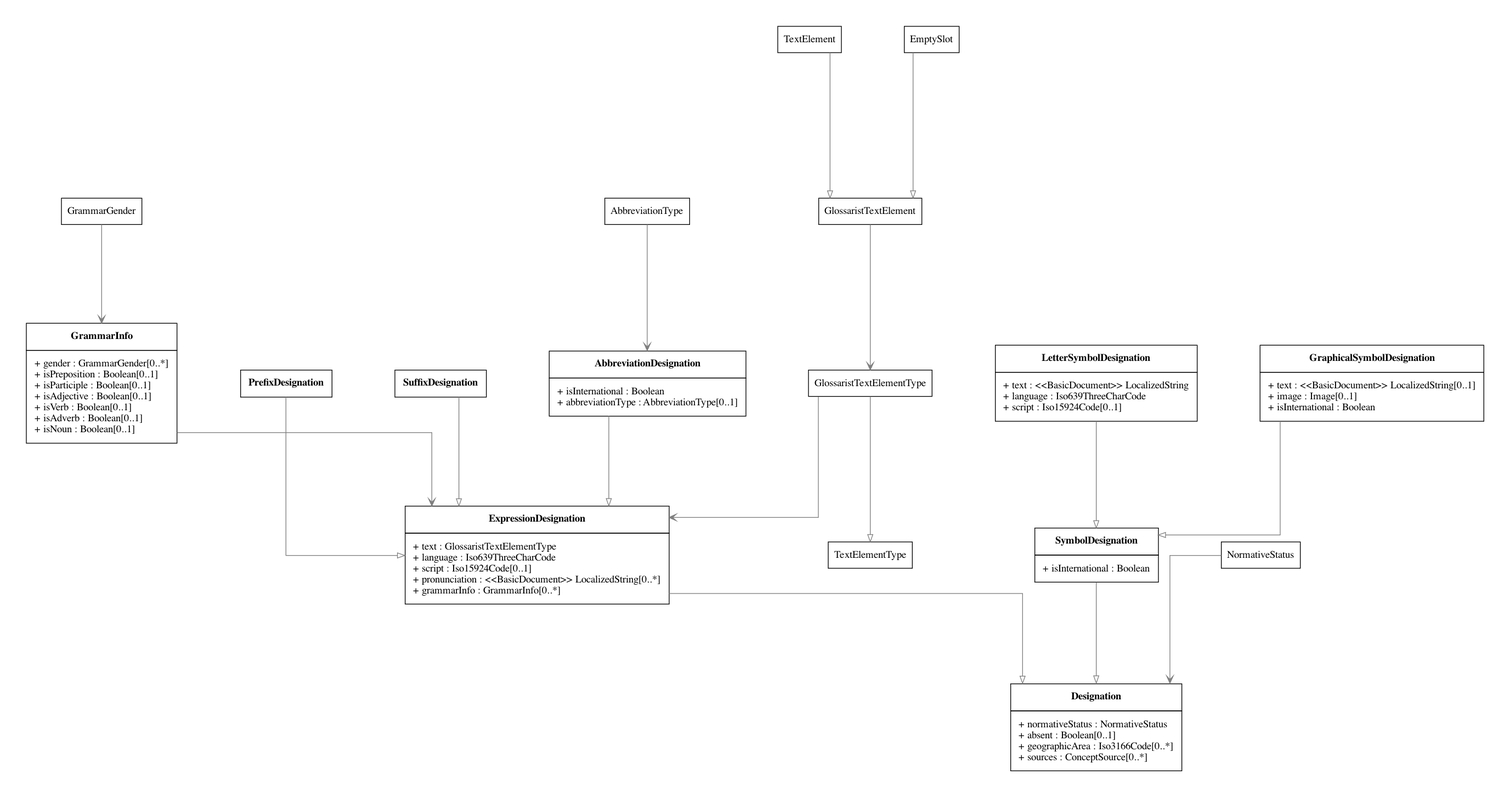
Before: lutaml/Designations.png, a diagram exported from Graphviz (glossarist/concept-model). Its source is kept beside it as lutaml/Designations.dot. Source of this version:
```dot
digraph G {
  graph [splines="ortho" pad=0.5 ranksep="1.2.equally" nodesep="1.2.equally"]
  edge [color="gray50"]
  node [shape="box"]

  Designation [shape="plain" label=<
    <TABLE BORDER="0" CELLBORDER="1" CELLSPACING="0" CELLPADDING="10">
    <TR>
    <TD><B>Designation</B></TD>
  </TR>

  <TR>
    <TD>
          <TABLE BORDER="0" CELLPADDING="0" CELLSPACING="0">
            <TR><TD ALIGN="LEFT">+ normativeStatus : NormativeStatus</TD></TR>
            <TR><TD ALIGN="LEFT">+ absent : Boolean&#91;0..1&#93;</TD></TR>
            <TR><TD ALIGN="LEFT">+ geographicArea : Iso3166Code&#91;0..*&#93;</TD></TR>
            <TR><TD ALIGN="LEFT">+ sources : ConceptSource&#91;0..*&#93;</TD></TR>
          </TABLE>
        </TD>
  </TR>

  </TABLE>
  >]

  ExpressionDesignation [shape="plain" label=<
    <TABLE BORDER="0" CELLBORDER="1" CELLSPACING="0" CELLPADDING="10">
    <TR>
    <TD><B>ExpressionDesignation</B></TD>
  </TR>

  <TR>
    <TD>
          <TABLE BORDER="0" CELLPADDING="0" CELLSPACING="0">
            <TR><TD ALIGN="LEFT">+ text : GlossaristTextElementType</TD></TR>
            <TR><TD ALIGN="LEFT">+ language : Iso639ThreeCharCode</TD></TR>
            <TR><TD ALIGN="LEFT">+ script : Iso15924Code&#91;0..1&#93;</TD></TR>
            <TR><TD ALIGN="LEFT">+ pronunciation : &#60;&#60;BasicDocument&#62;&#62; LocalizedString&#91;0..*&#93;</TD></TR>
            <TR><TD ALIGN="LEFT">+ grammarInfo : GrammarInfo&#91;0..*&#93;</TD></TR>
          </TABLE>
        </TD>
  </TR>

  </TABLE>
  >]

  GrammarInfo [shape="plain" label=<
    <TABLE BORDER="0" CELLBORDER="1" CELLSPACING="0" CELLPADDING="10">
    <TR>
    <TD><B>GrammarInfo</B></TD>
  </TR>

  <TR>
    <TD>
          <TABLE BORDER="0" CELLPADDING="0" CELLSPACING="0">
            <TR><TD ALIGN="LEFT">+ gender : GrammarGender&#91;0..*&#93;</TD></TR>
            <TR><TD ALIGN="LEFT">+ isPreposition : Boolean&#91;0..1&#93;</TD></TR>
            <TR><TD ALIGN="LEFT">+ isParticiple : Boolean&#91;0..1&#93;</TD></TR>
            <TR><TD ALIGN="LEFT">+ isAdjective : Boolean&#91;0..1&#93;</TD></TR>
            <TR><TD ALIGN="LEFT">+ isVerb : Boolean&#91;0..1&#93;</TD></TR>
            <TR><TD ALIGN="LEFT">+ isAdverb : Boolean&#91;0..1&#93;</TD></TR>
            <TR><TD ALIGN="LEFT">+ isNoun : Boolean&#91;0..1&#93;</TD></TR>
          </TABLE>
        </TD>
  </TR>

  </TABLE>
  >]

  SymbolDesignation [shape="plain" label=<
    <TABLE BORDER="0" CELLBORDER="1" CELLSPACING="0" CELLPADDING="10">
    <TR>
    <TD><B>SymbolDesignation</B></TD>
  </TR>

  <TR>
    <TD>
          <TABLE BORDER="0" CELLPADDING="0" CELLSPACING="0">
            <TR><TD ALIGN="LEFT">+ isInternational : Boolean</TD></TR>
          </TABLE>
        </TD>
  </TR>

  </TABLE>
  >]

  PrefixDesignation [shape="plain" label=<
    <TABLE BORDER="0" CELLBORDER="1" CELLSPACING="0" CELLPADDING="10">
    <TR>
    <TD><B>PrefixDesignation</B></TD>
  </TR>

  </TABLE>
  >]

  SuffixDesignation [shape="plain" label=<
    <TABLE BORDER="0" CELLBORDER="1" CELLSPACING="0" CELLPADDING="10">
    <TR>
    <TD><B>SuffixDesignation</B></TD>
  </TR>

  </TABLE>
  >]

  AbbreviationDesignation [shape="plain" label=<
    <TABLE BORDER="0" CELLBORDER="1" CELLSPACING="0" CELLPADDING="10">
    <TR>
    <TD><B>AbbreviationDesignation</B></TD>
  </TR>

  <TR>
    <TD>
          <TABLE BORDER="0" CELLPADDING="0" CELLSPACING="0">
            <TR><TD ALIGN="LEFT">+ isInternational : Boolean</TD></TR>
            <TR><TD ALIGN="LEFT">+ abbreviationType : AbbreviationType&#91;0..1&#93;</TD></TR>
          </TABLE>
        </TD>
  </TR>

  </TABLE>
  >]

  LetterSymbolDesignation [shape="plain" label=<
    <TABLE BORDER="0" CELLBORDER="1" CELLSPACING="0" CELLPADDING="10">
    <TR>
    <TD><B>LetterSymbolDesignation</B></TD>
  </TR>

  <TR>
    <TD>
          <TABLE BORDER="0" CELLPADDING="0" CELLSPACING="0">
            <TR><TD ALIGN="LEFT">+ text : &#60;&#60;BasicDocument&#62;&#62; LocalizedString</TD></TR>
            <TR><TD ALIGN="LEFT">+ language : Iso639ThreeCharCode</TD></TR>
            <TR><TD ALIGN="LEFT">+ script : Iso15924Code&#91;0..1&#93;</TD></TR>
          </TABLE>
        </TD>
  </TR>

  </TABLE>
  >]

  GraphicalSymbolDesignation [shape="plain" label=<
    <TABLE BORDER="0" CELLBORDER="1" CELLSPACING="0" CELLPADDING="10">
    <TR>
    <TD><B>GraphicalSymbolDesignation</B></TD>
  </TR>

  <TR>
    <TD>
          <TABLE BORDER="0" CELLPADDING="0" CELLSPACING="0">
            <TR><TD ALIGN="LEFT">+ text : &#60;&#60;BasicDocument&#62;&#62; LocalizedString&#91;0..1&#93;</TD></TR>
            <TR><TD ALIGN="LEFT">+ image : Image&#91;0..1&#93;</TD></TR>
            <TR><TD ALIGN="LEFT">+ isInternational : Boolean</TD></TR>
          </TABLE>
        </TD>
  </TR>

  </TABLE>
  >]

  NormativeStatus -> Designation [dir="direct" arrowtail="onormal" arrowhead="vee"]
  PrefixDesignation -> ExpressionDesignation [dir="direct" arrowtail="onormal" arrowhead="onormal"]
  SuffixDesignation -> ExpressionDesignation [dir="direct" arrowtail="onormal" arrowhead="onormal"]
  AbbreviationDesignation -> ExpressionDesignation [dir="direct" arrowtail="onormal" arrowhead="onormal"]
  GrammarInfo -> ExpressionDesignation [dir="direct" arrowtail="onormal" arrowhead="vee"]
  AbbreviationType -> AbbreviationDesignation [dir="direct" arrowtail="onormal" arrowhead="vee"]
  GrammarGender -> GrammarInfo [dir="direct" arrowtail="onormal" arrowhead="vee"]
  GlossaristTextElementType -> TextElementType [dir="direct" arrowtail="onormal" arrowhead="onormal"]
  GlossaristTextElementType -> ExpressionDesignation [dir="direct" arrowtail="onormal" arrowhead="vee"]
  TextElement -> GlossaristTextElement [dir="direct" arrowtail="onormal" arrowhead="onormal"]
  EmptySlot -> GlossaristTextElement [dir="direct" arrowtail="onormal" arrowhead="onormal"]
  GlossaristTextElement -> GlossaristTextElementType [dir="direct" arrowtail="onormal" arrowhead="vee"]
  ExpressionDesignation -> Designation [dir="direct" arrowtail="onormal" arrowhead="onormal"]
  SymbolDesignation -> Designation [dir="direct" arrowtail="onormal" arrowhead="onormal"]
  LetterSymbolDesignation -> SymbolDesignation [dir="direct" arrowtail="onormal" arrowhead="onormal"]
  GraphicalSymbolDesignation -> SymbolDesignation [dir="direct" arrowtail="onormal" arrowhead="onormal"]
}
```
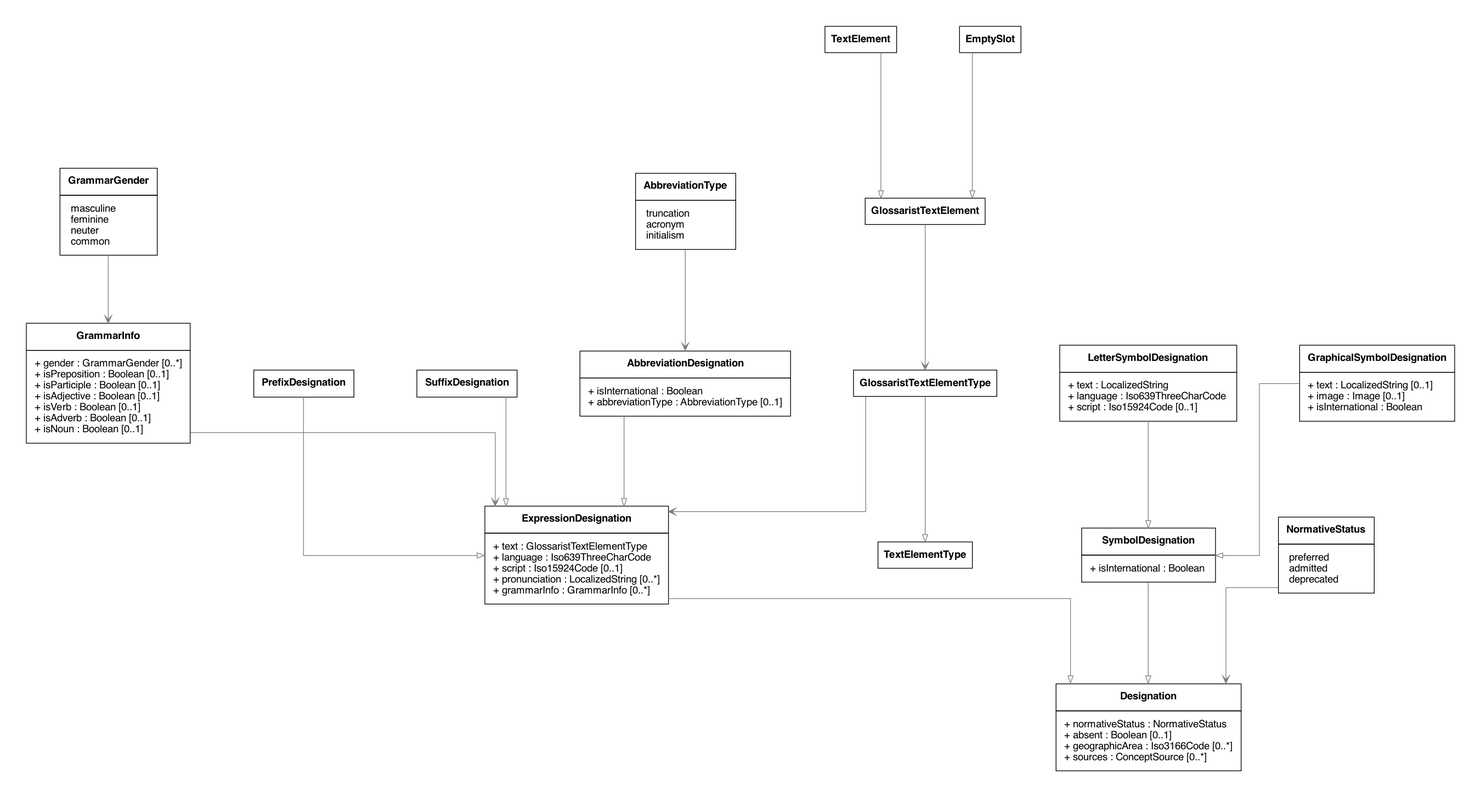
The same diagram one commit later.

Commit message:
#15, layout fixes, use `Helvetica` as a default font, namespace support for attributes

Change to the diagram source:
```diff
@@ -1,9 +1,9 @@
 digraph G {
   graph [splines="ortho" pad=0.5 ranksep="1.2.equally" nodesep="1.2.equally"]
   edge [color="gray50"]
-  node [shape="box"]
+  node [shape="box" fontname="Helvetica-bold"]
 
-  Designation [shape="plain" label=<
+  Designation [shape="plain" fontname="Helvetica" label=<
     <TABLE BORDER="0" CELLBORDER="1" CELLSPACING="0" CELLPADDING="10">
     <TR>
     <TD><B>Designation</B></TD>
@@ -12,10 +12,10 @@
   <TR>
     <TD>
           <TABLE BORDER="0" CELLPADDING="0" CELLSPACING="0">
-            <TR><TD ALIGN="LEFT">+ normativeStatus : NormativeStatus</TD></TR>
-            <TR><TD ALIGN="LEFT">+ absent : Boolean&#91;0..1&#93;</TD></TR>
-            <TR><TD ALIGN="LEFT">+ geographicArea : Iso3166Code&#91;0..*&#93;</TD></TR>
-            <TR><TD ALIGN="LEFT">+ sources : ConceptSource&#91;0..*&#93;</TD></TR>
+            <TR><TD ALIGN="LEFT">+ normativeStatus : NormativeStatus </TD></TR>
+            <TR><TD ALIGN="LEFT">+ absent : Boolean &#91;0..1&#93;</TD></TR>
+            <TR><TD ALIGN="LEFT">+ geographicArea : Iso3166Code &#91;0..*&#93;</TD></TR>
+            <TR><TD ALIGN="LEFT">+ sources : ConceptSource &#91;0..*&#93;</TD></TR>
           </TABLE>
         </TD>
   </TR>
@@ -23,7 +23,7 @@
   </TABLE>
   >]
 
-  ExpressionDesignation [shape="plain" label=<
+  ExpressionDesignation [shape="plain" fontname="Helvetica" label=<
     <TABLE BORDER="0" CELLBORDER="1" CELLSPACING="0" CELLPADDING="10">
     <TR>
     <TD><B>ExpressionDesignation</B></TD>
@@ -32,11 +32,11 @@
   <TR>
     <TD>
           <TABLE BORDER="0" CELLPADDING="0" CELLSPACING="0">
-            <TR><TD ALIGN="LEFT">+ text : GlossaristTextElementType</TD></TR>
-            <TR><TD ALIGN="LEFT">+ language : Iso639ThreeCharCode</TD></TR>
-            <TR><TD ALIGN="LEFT">+ script : Iso15924Code&#91;0..1&#93;</TD></TR>
-            <TR><TD ALIGN="LEFT">+ pronunciation : &#60;&#60;BasicDocument&#62;&#62; LocalizedString&#91;0..*&#93;</TD></TR>
-            <TR><TD ALIGN="LEFT">+ grammarInfo : GrammarInfo&#91;0..*&#93;</TD></TR>
+            <TR><TD ALIGN="LEFT">+ text : GlossaristTextElementType </TD></TR>
+            <TR><TD ALIGN="LEFT">+ language : Iso639ThreeCharCode </TD></TR>
+            <TR><TD ALIGN="LEFT">+ script : Iso15924Code &#91;0..1&#93;</TD></TR>
+            <TR><TD ALIGN="LEFT">+ pronunciation : LocalizedString &#91;0..*&#93;</TD></TR>
+            <TR><TD ALIGN="LEFT">+ grammarInfo : GrammarInfo &#91;0..*&#93;</TD></TR>
           </TABLE>
         </TD>
   </TR>
@@ -44,7 +44,7 @@
   </TABLE>
   >]
 
-  GrammarInfo [shape="plain" label=<
+  GrammarInfo [shape="plain" fontname="Helvetica" label=<
     <TABLE BORDER="0" CELLBORDER="1" CELLSPACING="0" CELLPADDING="10">
     <TR>
     <TD><B>GrammarInfo</B></TD>
@@ -53,13 +53,13 @@
   <TR>
     <TD>
           <TABLE BORDER="0" CELLPADDING="0" CELLSPACING="0">
-            <TR><TD ALIGN="LEFT">+ gender : GrammarGender&#91;0..*&#93;</TD></TR>
-            <TR><TD ALIGN="LEFT">+ isPreposition : Boolean&#91;0..1&#93;</TD></TR>
-            <TR><TD ALIGN="LEFT">+ isParticiple : Boolean&#91;0..1&#93;</TD></TR>
-            <TR><TD ALIGN="LEFT">+ isAdjective : Boolean&#91;0..1&#93;</TD></TR>
-            <TR><TD ALIGN="LEFT">+ isVerb : Boolean&#91;0..1&#93;</TD></TR>
-            <TR><TD ALIGN="LEFT">+ isAdverb : Boolean&#91;0..1&#93;</TD></TR>
-            <TR><TD ALIGN="LEFT">+ isNoun : Boolean&#91;0..1&#93;</TD></TR>
+            <TR><TD ALIGN="LEFT">+ gender : GrammarGender &#91;0..*&#93;</TD></TR>
+            <TR><TD ALIGN="LEFT">+ isPreposition : Boolean &#91;0..1&#93;</TD></TR>
+            <TR><TD ALIGN="LEFT">+ isParticiple : Boolean &#91;0..1&#93;</TD></TR>
+            <TR><TD ALIGN="LEFT">+ isAdjective : Boolean &#91;0..1&#93;</TD></TR>
+            <TR><TD ALIGN="LEFT">+ isVerb : Boolean &#91;0..1&#93;</TD></TR>
+            <TR><TD ALIGN="LEFT">+ isAdverb : Boolean &#91;0..1&#93;</TD></TR>
+            <TR><TD ALIGN="LEFT">+ isNoun : Boolean &#91;0..1&#93;</TD></TR>
           </TABLE>
         </TD>
   </TR>
@@ -67,7 +67,7 @@
   </TABLE>
   >]
 
-  SymbolDesignation [shape="plain" label=<
+  SymbolDesignation [shape="plain" fontname="Helvetica" label=<
     <TABLE BORDER="0" CELLBORDER="1" CELLSPACING="0" CELLPADDING="10">
     <TR>
     <TD><B>SymbolDesignation</B></TD>
@@ -76,7 +76,7 @@
   <TR>
     <TD>
           <TABLE BORDER="0" CELLPADDING="0" CELLSPACING="0">
-            <TR><TD ALIGN="LEFT">+ isInternational : Boolean</TD></TR>
+            <TR><TD ALIGN="LEFT">+ isInternational : Boolean </TD></TR>
           </TABLE>
         </TD>
   </TR>
@@ -84,7 +84,7 @@
   </TABLE>
   >]
 
-  PrefixDesignation [shape="plain" label=<
+  PrefixDesignation [shape="plain" fontname="Helvetica" label=<
     <TABLE BORDER="0" CELLBORDER="1" CELLSPACING="0" CELLPADDING="10">
     <TR>
     <TD><B>PrefixDesignation</B></TD>
@@ -93,7 +93,7 @@
   </TABLE>
   >]
 
-  SuffixDesignation [shape="plain" label=<
+  SuffixDesignation [shape="plain" fontname="Helvetica" label=<
     <TABLE BORDER="0" CELLBORDER="1" CELLSPACING="0" CELLPADDING="10">
     <TR>
     <TD><B>SuffixDesignation</B></TD>
@@ -102,7 +102,7 @@
   </TABLE>
   >]
 
-  AbbreviationDesignation [shape="plain" label=<
+  AbbreviationDesignation [shape="plain" fontname="Helvetica" label=<
     <TABLE BORDER="0" CELLBORDER="1" CELLSPACING="0" CELLPADDING="10">
     <TR>
     <TD><B>AbbreviationDesignation</B></TD>
@@ -111,8 +111,8 @@
   <TR>
     <TD>
           <TABLE BORDER="0" CELLPADDING="0" CELLSPACING="0">
-            <TR><TD ALIGN="LEFT">+ isInternational : Boolean</TD></TR>
-            <TR><TD ALIGN="LEFT">+ abbreviationType : AbbreviationType&#91;0..1&#93;</TD></TR>
+            <TR><TD ALIGN="LEFT">+ isInternational : Boolean </TD></TR>
+            <TR><TD ALIGN="LEFT">+ abbreviationType : AbbreviationType &#91;0..1&#93;</TD></TR>
           </TABLE>
         </TD>
   </TR>
@@ -120,7 +120,7 @@
   </TABLE>
   >]
 
-  LetterSymbolDesignation [shape="plain" label=<
+  LetterSymbolDesignation [shape="plain" fontname="Helvetica" label=<
     <TABLE BORDER="0" CELLBORDER="1" CELLSPACING="0" CELLPADDING="10">
     <TR>
     <TD><B>LetterSymbolDesignation</B></TD>
@@ -129,9 +129,9 @@
   <TR>
     <TD>
           <TABLE BORDER="0" CELLPADDING="0" CELLSPACING="0">
-            <TR><TD ALIGN="LEFT">+ text : &#60;&#60;BasicDocument&#62;&#62; LocalizedString</TD></TR>
-            <TR><TD ALIGN="LEFT">+ language : Iso639ThreeCharCode</TD></TR>
-            <TR><TD ALIGN="LEFT">+ script : Iso15924Code&#91;0..1&#93;</TD></TR>
+            <TR><TD ALIGN="LEFT">+ text : LocalizedString </TD></TR>
+            <TR><TD ALIGN="LEFT">+ language : Iso639ThreeCharCode </TD></TR>
+            <TR><TD ALIGN="LEFT">+ script : Iso15924Code &#91;0..1&#93;</TD></TR>
           </TABLE>
         </TD>
   </TR>
@@ -139,7 +139,7 @@
   </TABLE>
   >]
 
-  GraphicalSymbolDesignation [shape="plain" label=<
+  GraphicalSymbolDesignation [shape="plain" fontname="Helvetica" label=<
     <TABLE BORDER="0" CELLBORDER="1" CELLSPACING="0" CELLPADDING="10">
     <TR>
     <TD><B>GraphicalSymbolDesignation</B></TD>
@@ -148,9 +148,67 @@
   <TR>
     <TD>
           <TABLE BORDER="0" CELLPADDING="0" CELLSPACING="0">
-            <TR><TD ALIGN="LEFT">+ text : &#60;&#60;BasicDocument&#62;&#62; LocalizedString&#91;0..1&#93;</TD></TR>
-            <TR><TD ALIGN="LEFT">+ image : Image&#91;0..1&#93;</TD></TR>
-            <TR><TD ALIGN="LEFT">+ isInternational : Boolean</TD></TR>
+            <TR><TD ALIGN="LEFT">+ text : LocalizedString &#91;0..1&#93;</TD></TR>
+            <TR><TD ALIGN="LEFT">+ image : Image &#91;0..1&#93;</TD></TR>
+            <TR><TD ALIGN="LEFT">+ isInternational : Boolean </TD></TR>
+          </TABLE>
+        </TD>
+  </TR>
+
+  </TABLE>
+  >]
+
+  NormativeStatus [shape="plain" fontname="Helvetica" label=<
+    <TABLE BORDER="0" CELLBORDER="1" CELLSPACING="0" CELLPADDING="10">
+    <TR>
+    <TD><B>NormativeStatus</B></TD>
+  </TR>
+
+  <TR>
+    <TD>
+          <TABLE BORDER="0" CELLPADDING="0" CELLSPACING="0">
+            <TR><TD ALIGN="LEFT"> preferred</TD></TR>
+            <TR><TD ALIGN="LEFT"> admitted</TD></TR>
+            <TR><TD ALIGN="LEFT"> deprecated</TD></TR>
+          </TABLE>
+        </TD>
+  </TR>
+
+  </TABLE>
+  >]
+
+  AbbreviationType [shape="plain" fontname="Helvetica" label=<
+    <TABLE BORDER="0" CELLBORDER="1" CELLSPACING="0" CELLPADDING="10">
+    <TR>
+    <TD><B>AbbreviationType</B></TD>
+  </TR>
+
+  <TR>
+    <TD>
+          <TABLE BORDER="0" CELLPADDING="0" CELLSPACING="0">
+            <TR><TD ALIGN="LEFT"> truncation</TD></TR>
+            <TR><TD ALIGN="LEFT"> acronym</TD></TR>
+            <TR><TD ALIGN="LEFT"> initialism</TD></TR>
+          </TABLE>
+        </TD>
+  </TR>
+
+  </TABLE>
+  >]
+
+  GrammarGender [shape="plain" fontname="Helvetica" label=<
+    <TABLE BORDER="0" CELLBORDER="1" CELLSPACING="0" CELLPADDING="10">
+    <TR>
+    <TD><B>GrammarGender</B></TD>
+  </TR>
+
+  <TR>
+    <TD>
+          <TABLE BORDER="0" CELLPADDING="0" CELLSPACING="0">
+            <TR><TD ALIGN="LEFT"> masculine</TD></TR>
+            <TR><TD ALIGN="LEFT"> feminine</TD></TR>
+            <TR><TD ALIGN="LEFT"> neuter</TD></TR>
+            <TR><TD ALIGN="LEFT"> common</TD></TR>
           </TABLE>
         </TD>
   </TR>
```
